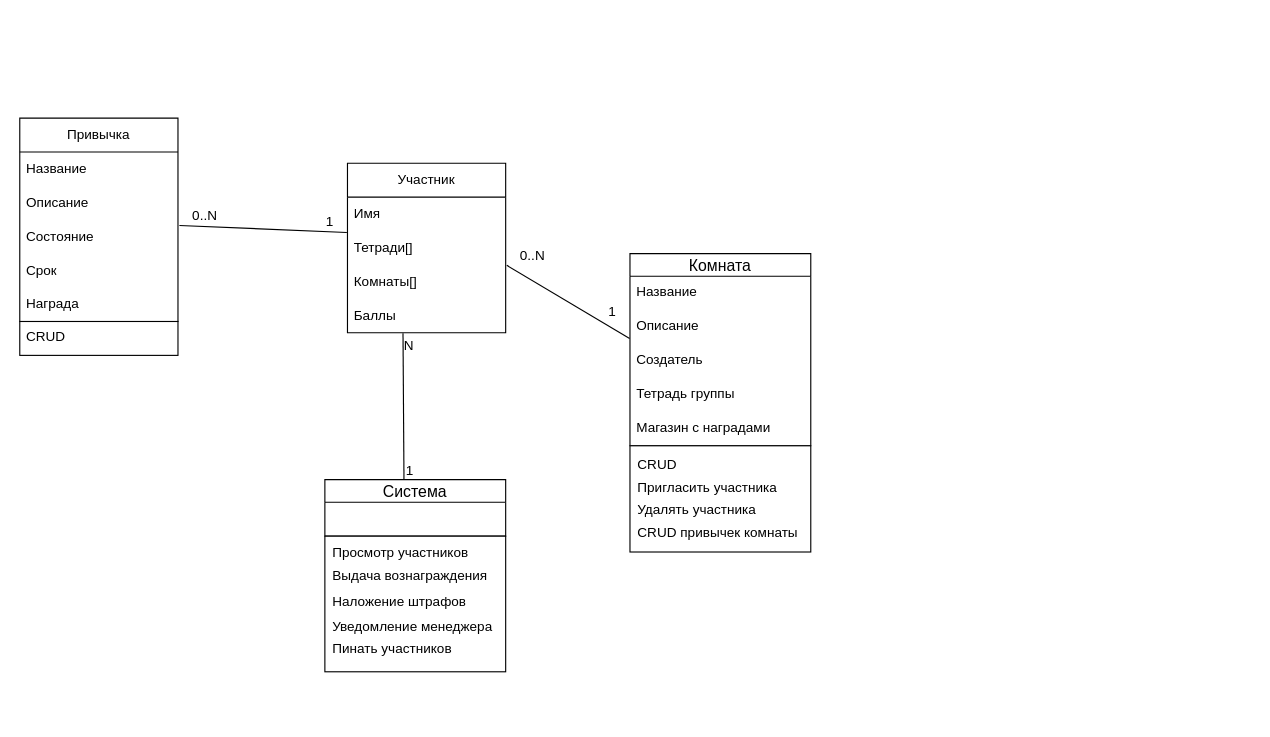
The draw.io diagram page "Страница — 4" (4 of 4) of HabitsDiagram.drawio in AATerekhov/OtusASPNET2024_08Team4, before the edit. Source tidied: cells renumbered, new cells numbered last; positions are measured from the earlier drawing's top-left corner, leaving out a move shared by most shapes. Both pictures are drawn from the tidied source at 113%, with x=0, y=0 at pixel (19, 118).
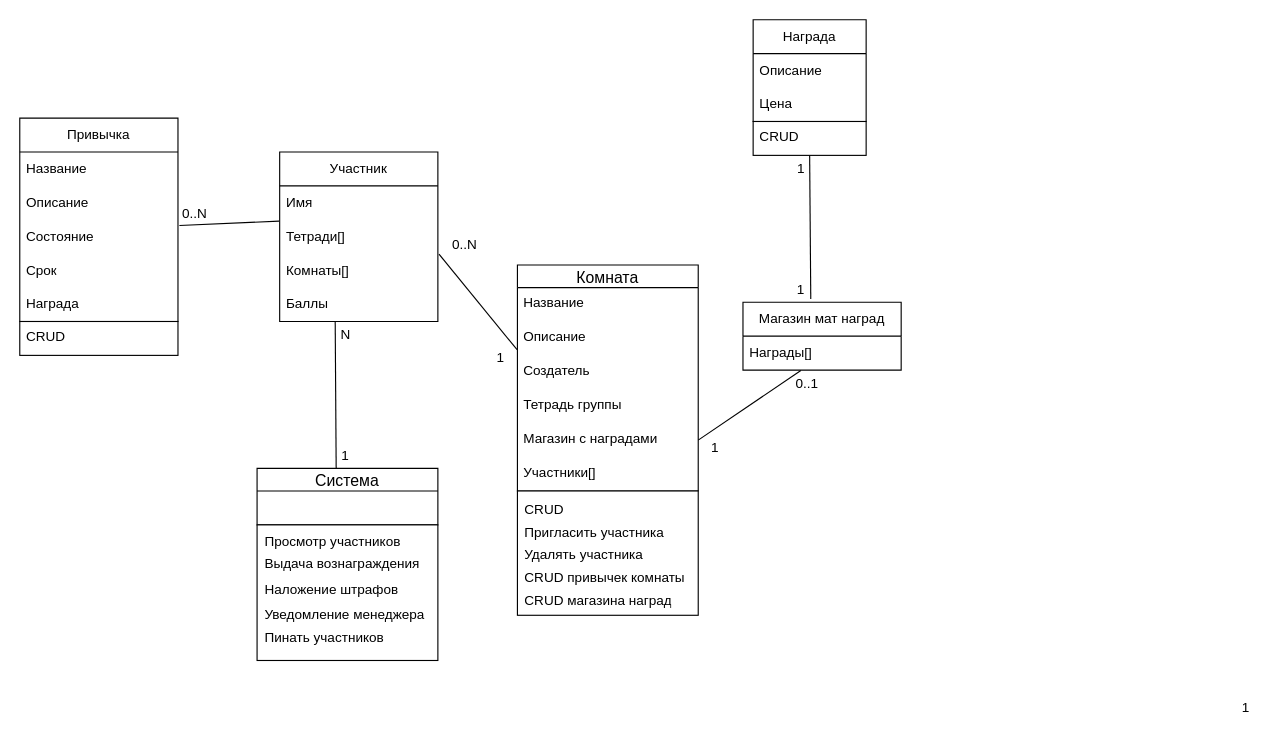
The same page after the edit.

Commit message:
Исправление и дополнение варианта ER-диаграммы HabitsDiagram.drawio

Unchanged cells that the change refers to:
```xml
<mxCell id="6" value="Баллы" style="text;strokeColor=none;fillColor=none;align=left;verticalAlign=middle;spacingLeft=4;spacingRight=4;overflow=hidden;points=[[0,0.5],[1,0.5]];portConstraint=eastwest;whiteSpace=wrap;html=1;" parent="2" vertex="1">
  <mxGeometry y="120" width="140" height="30" as="geometry" />
</mxCell>
<mxCell id="15" style="endArrow=none;html=1;rounded=0;entryX=-0.004;entryY=1.041;entryDx=0;entryDy=0;entryPerimeter=0;exitX=1.009;exitY=0.168;exitDx=0;exitDy=0;exitPerimeter=0;" parent="1" edge="1" source="10" target="3">
  <mxGeometry relative="1" as="geometry" />
</mxCell>
<mxCell id="23" value="Магазин с наградами" style="text;strokeColor=none;fillColor=none;spacingLeft=4;spacingRight=4;overflow=hidden;points=[[0,0.5],[1,0.5]];portConstraint=eastwest;fontSize=12;whiteSpace=wrap;html=1;" parent="18" vertex="1">
  <mxGeometry y="140" width="160" height="30" as="geometry" />
</mxCell>
<mxCell id="34" style="endArrow=none;html=1;rounded=0;exitX=1.007;exitY=1.011;exitDx=0;exitDy=0;exitPerimeter=0;entryX=-0.002;entryY=0.833;entryDx=0;entryDy=0;entryPerimeter=0;" parent="1" edge="1" source="4" target="20">
  <mxGeometry relative="1" as="geometry" />
</mxCell>
```

The edit, as a diff of the source:
```diff
@@
     <mxCell id="2" value="Участник" style="swimlane;fontStyle=0;horizontal=1;startSize=30;whiteSpace=wrap;html=1;" parent="1" vertex="1">
-      <mxGeometry x="290" y="40" width="140" height="150" as="geometry" />
+      <mxGeometry x="230" y="30" width="140" height="150" as="geometry" />
     </mxCell>
@@
     <mxCell id="16" value="0..N" style="html=1;whiteSpace=wrap;align=left;verticalAlign=bottom;" parent="15" vertex="1">
       <mxGeometry x="-1" relative="1" as="geometry">
-        <mxPoint x="10" as="offset" />
+        <mxPoint x="1" y="-2" as="offset" />
       </mxGeometry>
     </mxCell>
     <mxCell id="17" value="1" style="html=1;whiteSpace=wrap;align=right;verticalAlign=bottom;" parent="15" vertex="1">
       <mxGeometry x="1" relative="1" as="geometry">
-        <mxPoint x="-10" y="-1" as="offset" />
+        <mxPoint x="391" y="209" as="offset" />
       </mxGeometry>
     </mxCell>
     <mxCell id="18" value="Комната" style="swimlane;fontStyle=0;horizontal=1;startSize=20;align=center;fontSize=14;" parent="1" vertex="1">
-      <mxGeometry x="540" y="120" width="160" height="170" as="geometry" />
+      <mxGeometry x="440.4" y="130" width="160" height="200" as="geometry" />
     </mxCell>
@@
+    <mxCell id="53" value="Участники[]" style="text;strokeColor=none;fillColor=none;spacingLeft=4;spacingRight=4;overflow=hidden;fontSize=12;whiteSpace=wrap;html=1;" parent="18" vertex="1">
+      <mxGeometry y="170" width="160" height="30" as="geometry" />
+    </mxCell>
     <mxCell id="24" style="rounded=0;whiteSpace=wrap;html=1;" parent="1" vertex="1">
-      <mxGeometry x="540" y="290" width="160" height="94" as="geometry" />
+      <mxGeometry x="440.4" y="330" width="160" height="110" as="geometry" />
     </mxCell>
     <mxCell id="25" style="shape=table;startSize=0;childLayout=tableLayout;fontSize=11;fillColor=none;strokeColor=none;" parent="1" vertex="1">
-      <mxGeometry x="540" y="297" width="150" height="80" as="geometry" />
+      <mxGeometry x="440.4" y="337" width="150" height="100" as="geometry" />
     </mxCell>
@@
+    <mxCell id="54" style="shape=tableRow;horizontal=0;startSize=0;swimlaneHead=0;swimlaneBody=0;strokeColor=inherit;top=0;left=0;bottom=0;right=0;fillColor=none;fontSize=16;" parent="25" vertex="1">
+      <mxGeometry y="80" width="150" height="20" as="geometry" />
+    </mxCell>
+    <mxCell id="55" value="CRUD магазина наград" style="shape=partialRectangle;html=1;whiteSpace=wrap;strokeColor=inherit;overflow=hidden;fillColor=none;top=0;left=0;bottom=0;right=0;fontSize=12;align=left;spacingLeft=5;" parent="54" vertex="1">
+      <mxGeometry width="150" height="20" as="geometry" />
+    </mxCell>
@@
     <mxCell id="36" value="1" style="html=1;whiteSpace=wrap;align=right;verticalAlign=bottom;" parent="34" vertex="1">
       <mxGeometry x="1" relative="1" as="geometry">
-        <mxPoint x="-10" y="-15" as="offset" />
+        <mxPoint x="-10" y="15" as="offset" />
       </mxGeometry>
     </mxCell>
     <mxCell id="37" value="Система" style="swimlane;fontStyle=0;horizontal=1;startSize=20;align=center;fontSize=14;" parent="1" vertex="1">
-      <mxGeometry x="270" y="320" width="160" height="50" as="geometry" />
+      <mxGeometry x="210" y="310" width="160" height="50" as="geometry" />
     </mxCell>
     <mxCell id="38" style="rounded=0;whiteSpace=wrap;html=1;" parent="1" vertex="1">
-      <mxGeometry x="270" y="370" width="160" height="120" as="geometry" />
+      <mxGeometry x="210" y="360" width="160" height="120" as="geometry" />
     </mxCell>
     <mxCell id="39" style="shape=table;startSize=0;childLayout=tableLayout;fontSize=11;fillColor=none;strokeColor=none;" parent="1" vertex="1">
-      <mxGeometry x="270" y="375" width="150" height="105" as="geometry" />
+      <mxGeometry x="210" y="365" width="150" height="105" as="geometry" />
     </mxCell>
@@
     <mxCell id="50" style="endArrow=none;html=1;rounded=0;entryX=0.351;entryY=1.011;entryDx=0;entryDy=0;entryPerimeter=0;" parent="1" edge="1" target="6">
       <mxGeometry relative="1" as="geometry">
-        <mxPoint x="340" y="320" as="sourcePoint" />
+        <mxPoint x="280" y="310" as="sourcePoint" />
       </mxGeometry>
     </mxCell>
     <mxCell id="51" value="1" style="html=1;whiteSpace=wrap;align=left;verticalAlign=bottom;" parent="50" vertex="1">
-      <mxGeometry x="-1" relative="1" as="geometry" />
+      <mxGeometry x="-1" relative="1" as="geometry">
+        <mxPoint x="3" y="-3" as="offset" />
+      </mxGeometry>
     </mxCell>
     <mxCell id="52" value="N" style="html=1;whiteSpace=wrap;align=right;verticalAlign=bottom;" parent="50" vertex="1">
       <mxGeometry x="1" relative="1" as="geometry">
-        <mxPoint x="11" y="20" as="offset" />
+        <mxPoint x="15" y="20" as="offset" />
       </mxGeometry>
     </mxCell>
+    <mxCell id="56" value="Магазин мат наград" style="swimlane;fontStyle=0;horizontal=1;startSize=30;whiteSpace=wrap;html=1;" parent="1" vertex="1">
+      <mxGeometry x="640" y="163" width="140" height="60" as="geometry" />
+    </mxCell>
+    <mxCell id="57" value="Награды[]" style="text;strokeColor=none;fillColor=none;align=left;verticalAlign=middle;spacingLeft=4;spacingRight=4;overflow=hidden;points=[[0,0.5],[1,0.5]];portConstraint=eastwest;whiteSpace=wrap;html=1;" parent="56" vertex="1">
+      <mxGeometry y="30" width="140" height="30" as="geometry" />
+    </mxCell>
+    <mxCell id="58" style="endArrow=none;html=1;rounded=0;exitX=1;exitY=0.5;exitDx=0;exitDy=0;entryX=0.366;entryY=1.01;entryDx=0;entryDy=0;entryPerimeter=0;" parent="1" edge="1" source="23" target="57">
+      <mxGeometry relative="1" as="geometry" />
+    </mxCell>
+    <mxCell id="59" value="1" style="html=1;whiteSpace=wrap;align=left;verticalAlign=bottom;" parent="58" vertex="1">
+      <mxGeometry x="-1" relative="1" as="geometry">
+        <mxPoint x="480" y="245" as="offset" />
+      </mxGeometry>
+    </mxCell>
+    <mxCell id="60" value="0..&lt;span style=&quot;background-color: initial;&quot;&gt;1&lt;/span&gt;" style="html=1;whiteSpace=wrap;align=right;verticalAlign=bottom;" parent="58" vertex="1">
+      <mxGeometry x="1" relative="1" as="geometry">
+        <mxPoint x="17" y="20" as="offset" />
+      </mxGeometry>
+    </mxCell>
+    <mxCell id="61" value="Награда" style="swimlane;fontStyle=0;horizontal=1;startSize=30;whiteSpace=wrap;html=1;" parent="1" vertex="1">
+      <mxGeometry x="649" y="-87" width="100" height="90" as="geometry" />
+    </mxCell>
+    <mxCell id="62" value="Описание" style="text;strokeColor=none;fillColor=none;align=left;verticalAlign=middle;spacingLeft=4;spacingRight=4;overflow=hidden;whiteSpace=wrap;html=1;" parent="61" vertex="1">
+      <mxGeometry y="30" width="100" height="30" as="geometry" />
+    </mxCell>
+    <mxCell id="63" value="Цена" style="text;strokeColor=none;fillColor=none;align=left;verticalAlign=middle;spacingLeft=4;spacingRight=4;overflow=hidden;whiteSpace=wrap;html=1;" parent="61" vertex="1">
+      <mxGeometry y="60" width="100" height="30" as="geometry" />
+    </mxCell>
+    <mxCell id="64" style="endArrow=none;html=1;rounded=0;entryX=0.5;entryY=1;entryDx=0;entryDy=0;" parent="1" edge="1" target="67">
+      <mxGeometry relative="1" as="geometry">
+        <mxPoint x="700" y="160" as="sourcePoint" />
+      </mxGeometry>
+    </mxCell>
+    <mxCell id="65" value="1" style="html=1;whiteSpace=wrap;align=left;verticalAlign=bottom;" parent="64" vertex="1">
+      <mxGeometry x="-1" relative="1" as="geometry">
+        <mxPoint x="-14" as="offset" />
+      </mxGeometry>
+    </mxCell>
+    <mxCell id="66" value="1" style="html=1;whiteSpace=wrap;align=right;verticalAlign=bottom;" parent="64" vertex="1">
+      <mxGeometry x="1" relative="1" as="geometry">
+        <mxPoint x="-3" y="20" as="offset" />
+      </mxGeometry>
+    </mxCell>
+    <mxCell id="67" style="rounded=0;whiteSpace=wrap;html=1;" parent="1" vertex="1">
+      <mxGeometry x="649" y="3" width="100" height="30" as="geometry" />
+    </mxCell>
+    <mxCell id="68" value="CRUD" style="text;strokeColor=none;fillColor=none;align=left;verticalAlign=top;spacingLeft=4;spacingRight=4;overflow=hidden;whiteSpace=wrap;html=1;" parent="1" vertex="1">
+      <mxGeometry x="649" y="3" width="60" height="26" as="geometry" />
+    </mxCell>
```
